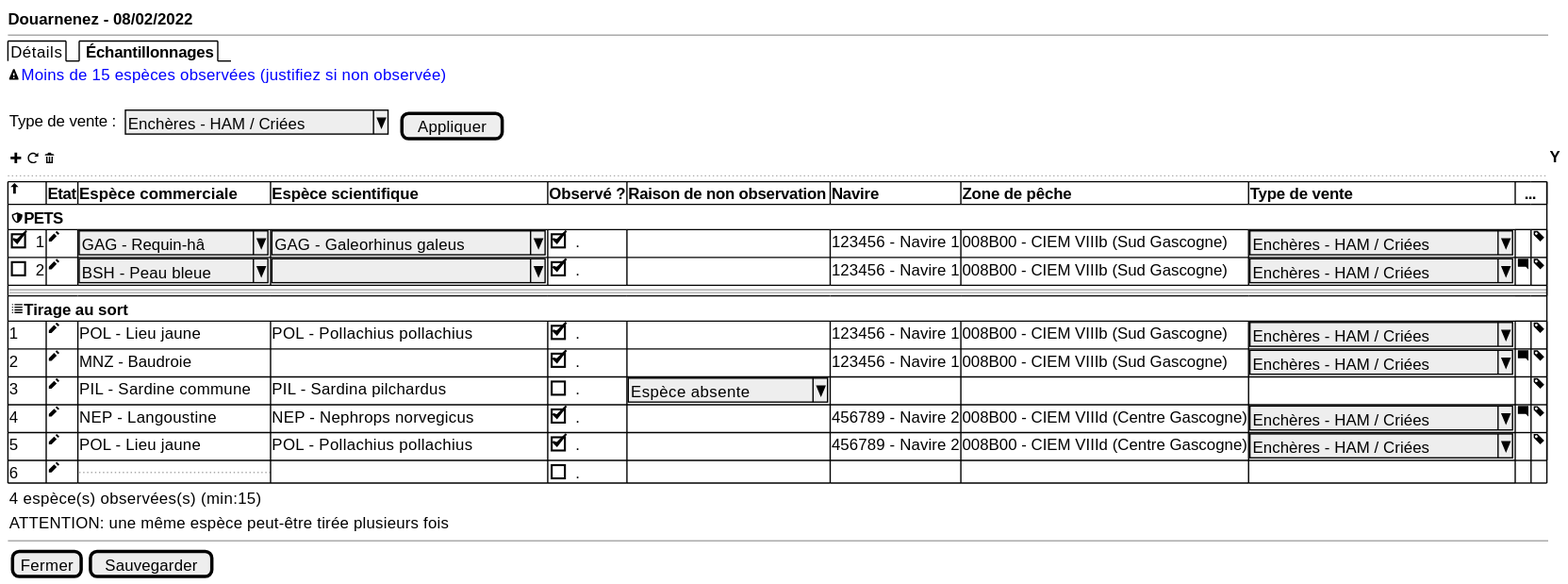
This is projects/obsvente/spe/images/landings-table-pets-random.svg from sumaris-net/sumaris-doc, a PlantUML export, as it was before one commit. Its source is kept beside it as projects/obsvente/spe/images/landings-table-pets-random.puml.
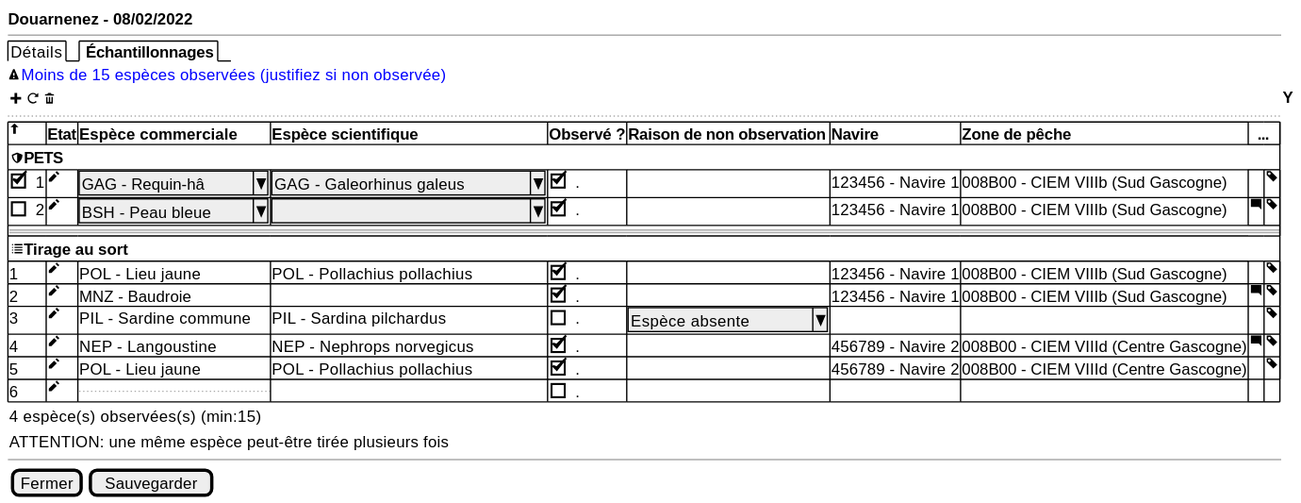
The same diagram one commit later.

The edit, as a diff of the source:
```diff
@@ -10,28 +10,27 @@
 
   {/  Détails | <b> Échantillonnages}
   <&warning><font color=blue>Moins de 15 espèces observées (justifiez si non observée)
-  .
-  { Type de vente : | . | ^Enchères - HAM / Criées^ | . | [Appliquer] }
+
   { <&plus> <&reload> <&trash> } | <b>Y
   ..
 	{#
-	    <&arrow-thick-top> | <b>Etat | <b>Espèce commerciale | <b>Espèce scientifique  | <b>Observé ? | <b>Raison de non observation | <b>Navire | <b>Zone de pêche| <b>Type de vente | <b>  ... | *
+	    <&arrow-thick-top> | <b>Etat | <b>Espèce commerciale | <b>Espèce scientifique  | <b>Observé ? | <b>Raison de non observation | <b>Navire | <b>Zone de pêche |  <b>  ... | *
          {
           <&shield><b>PETS
          } | * | * | * | * | * | * | * | * | * | * | *
-        [X] 1 | <&pencil> | ^GAG - Requin-hâ ^ | ^GAG - Galeorhinus galeus^ | [X]. | . | 123456 - Navire 1 | 008B00 - CIEM VIIIb (Sud Gascogne) | ^Enchères - HAM / Criées^ | . | <&tag>
-        [] 2 | <&pencil> | ^BSH - Peau bleue^ | ^                        ^ | [X]. | . | 123456 - Navire 1 | 008B00 - CIEM VIIIb (Sud Gascogne) | ^Enchères - HAM / Criées^ | <&comment-square> | <&tag>
+        [X] 1 | <&pencil> | ^GAG - Requin-hâ ^ | ^GAG - Galeorhinus galeus^ | [X]. | . | 123456 - Navire 1 | 008B00 - CIEM VIIIb (Sud Gascogne) | . | <&tag>
+        [] 2 | <&pencil> | ^BSH - Peau bleue^ | ^                        ^ | [X]. | . | 123456 - Navire 1 | 008B00 - CIEM VIIIb (Sud Gascogne) |  <&comment-square> | <&tag>
         == | * | * | * | * | * | * | * | * | * | *
          {
              <&list><b>Tirage au sort
 
          } | * | * | * | * | * | * | * | * | * | * | *
-        1 | <&pencil> |POL - Lieu jaune | POL - Pollachius pollachius | [X]. | . | 123456 - Navire 1 | 008B00 - CIEM VIIIb (Sud Gascogne) | ^Enchères - HAM / Criées^ | . | <&tag>
-        2 | <&pencil> |MNZ - Baudroie | . |  [X]. | . | 123456 - Navire 1 | 008B00 - CIEM VIIIb (Sud Gascogne) | ^Enchères - HAM / Criées^ | <&comment-square> | <&tag>
-        3 | <&pencil> |PIL - Sardine commune | PIL - Sardina pilchardus | [ ]. | ^ Espèce absente  ^  | . | . | . | . | <&tag>
-        4 | <&pencil> |NEP - Langoustine | NEP - Nephrops norvegicus | [X]. | . | 456789 - Navire 2 | 008B00 - CIEM VIIId (Centre Gascogne) | ^Enchères - HAM / Criées^ | <&comment-square> | <&tag>
-        5 | <&pencil> |POL - Lieu jaune | POL - Pollachius pollachius | [X]. | . | 456789 - Navire 2 | 008B00 - CIEM VIIId (Centre Gascogne) | ^Enchères - HAM / Criées^ | . | <&tag>
-        6 | <&pencil> |... | . | [ ] . | . | . | . | . | .
+        1 | <&pencil> |POL - Lieu jaune | POL - Pollachius pollachius | [X]. | . | 123456 - Navire 1 | 008B00 - CIEM VIIIb (Sud Gascogne) | . | <&tag>
+        2 | <&pencil> |MNZ - Baudroie | . |  [X]. | . | 123456 - Navire 1 | 008B00 - CIEM VIIIb (Sud Gascogne) |  <&comment-square> | <&tag>
+        3 | <&pencil> |PIL - Sardine commune | PIL - Sardina pilchardus | [ ]. | ^ Espèce absente  ^  | . | . | . |  <&tag>
+        4 | <&pencil> |NEP - Langoustine | NEP - Nephrops norvegicus | [X]. | . | 456789 - Navire 2 | 008B00 - CIEM VIIId (Centre Gascogne) |  <&comment-square> | <&tag>
+        5 | <&pencil> |POL - Lieu jaune | POL - Pollachius pollachius | [X]. | . | 456789 - Navire 2 | 008B00 - CIEM VIIId (Centre Gascogne) | . | <&tag>
+        6 | <&pencil> |... | . | [ ] . | . | . | . | .
 
     }
     { 4 espèce(s) observées(s) (min:15)  }
```
